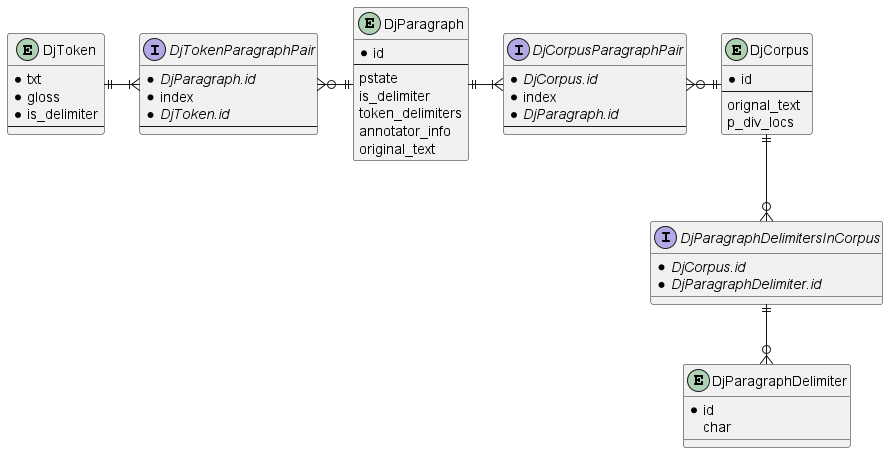
Above: docs/design/images/er_dj_serializables.png in parkchamchi/GlossySnake (PlantUML), before the change.
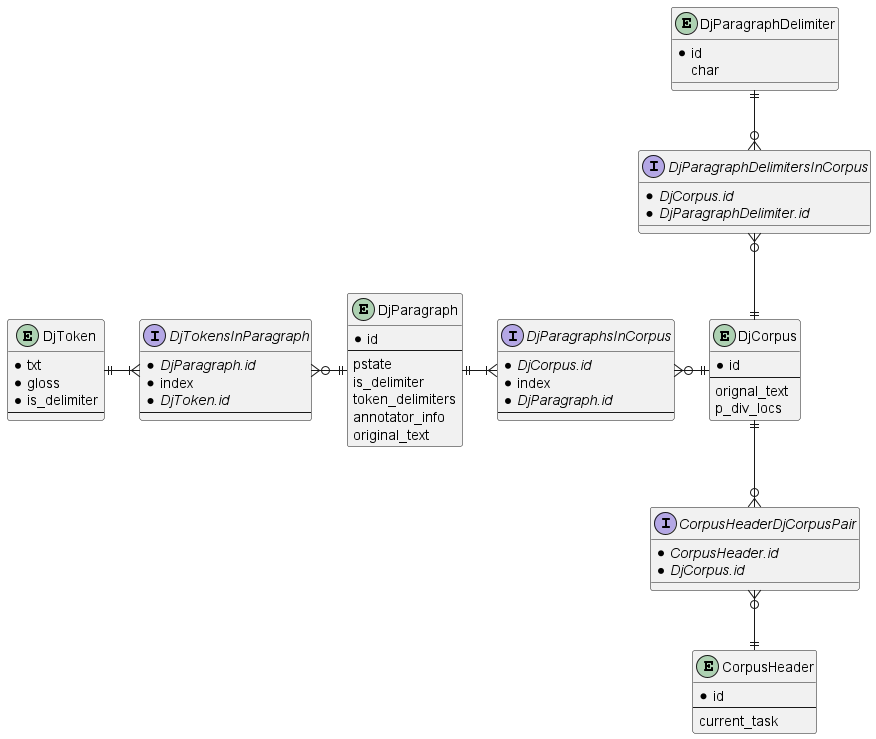
Later version of the same file.

Commit message:
backend: corpusheader

What changed in the source:
```diff
@@ -17,14 +17,14 @@
 	original_text
 }
 
-interface DjTokenParagraphPair {
+interface DjTokensInParagraph {
 	* //DjParagraph.id//
 	* index
 	* //DjToken.id//
 	--
 }
-DjToken ||-right-|{ DjTokenParagraphPair
-DjTokenParagraphPair }o-right-|| DjParagraph
+DjToken ||-right-|{ DjTokensInParagraph
+DjTokensInParagraph }o-right-|| DjParagraph
 
 entity DjCorpus {
 	* id
@@ -33,14 +33,14 @@
 	p_div_locs
 }
 
-interface DjCorpusParagraphPair {
+interface DjParagraphsInCorpus {
 	* //DjCorpus.id//
 	* index
 	* //DjParagraph.id//
 	--
 }
-DjParagraph ||-right-|{ DjCorpusParagraphPair
-DjCorpusParagraphPair }o-right-|| DjCorpus
+DjParagraph ||-right-|{ DjParagraphsInCorpus
+DjParagraphsInCorpus }o-right-|| DjCorpus
 
 entity DjParagraphDelimiter {
 	* id
@@ -51,8 +51,22 @@
 	* //DjCorpus.id//
 	* //DjParagraphDelimiter.id//
 }
-DjCorpus ||--o{ DjParagraphDelimitersInCorpus
-DjParagraphDelimitersInCorpus ||--o{ DjParagraphDelimiter
+DjCorpus ||-up-o{ DjParagraphDelimitersInCorpus
+DjParagraphDelimitersInCorpus }o-up-|| DjParagraphDelimiter
+
+entity CorpusHeader {
+	* id
+	---
+	current_task
+}
+
+interface CorpusHeaderDjCorpusPair {
+	* //CorpusHeader.id//
+	* //DjCorpus.id//
+}
+CorpusHeader ||-up-o{ CorpusHeaderDjCorpusPair
+CorpusHeaderDjCorpusPair }o-up-|| DjCorpus
+
 
 
 @enduml
```
